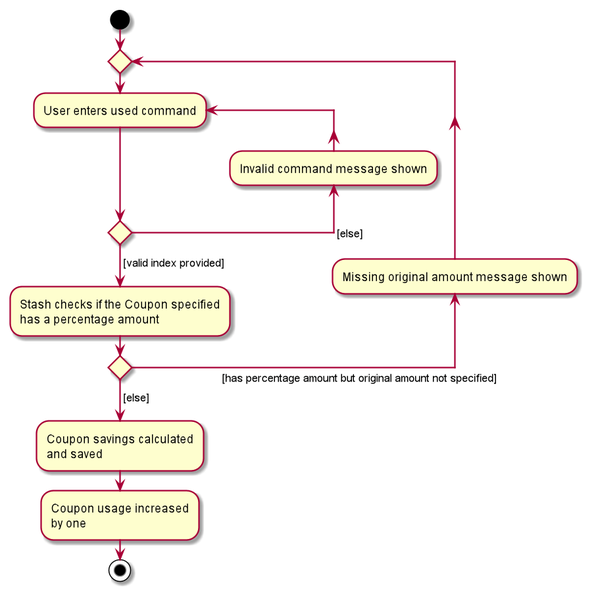
The PlantUML diagram docs/images/UsedCommandActivityDiagram.png in nus-cs2103-AY1920S2/addressbook-level3, before a commit. Its source is kept beside it as docs/diagrams/UsedCommandActivityDiagram.puml. Its diagram source:
```plantuml
@startuml

start
repeat
    repeat: User enters used command;
        backward :Invalid index message shown;
        repeat while () ->[else]
        ->[valid index provided];
    :Stash checks if the Coupon specified
    has a percentage amount;
backward: Missing original amount message shown;
repeat while () ->[has percentage amount \
but original amount not specified]
->[else];
:Coupon savings calculated
and saved;
:Coupon usage increased
by one;
stop

@enduml
```
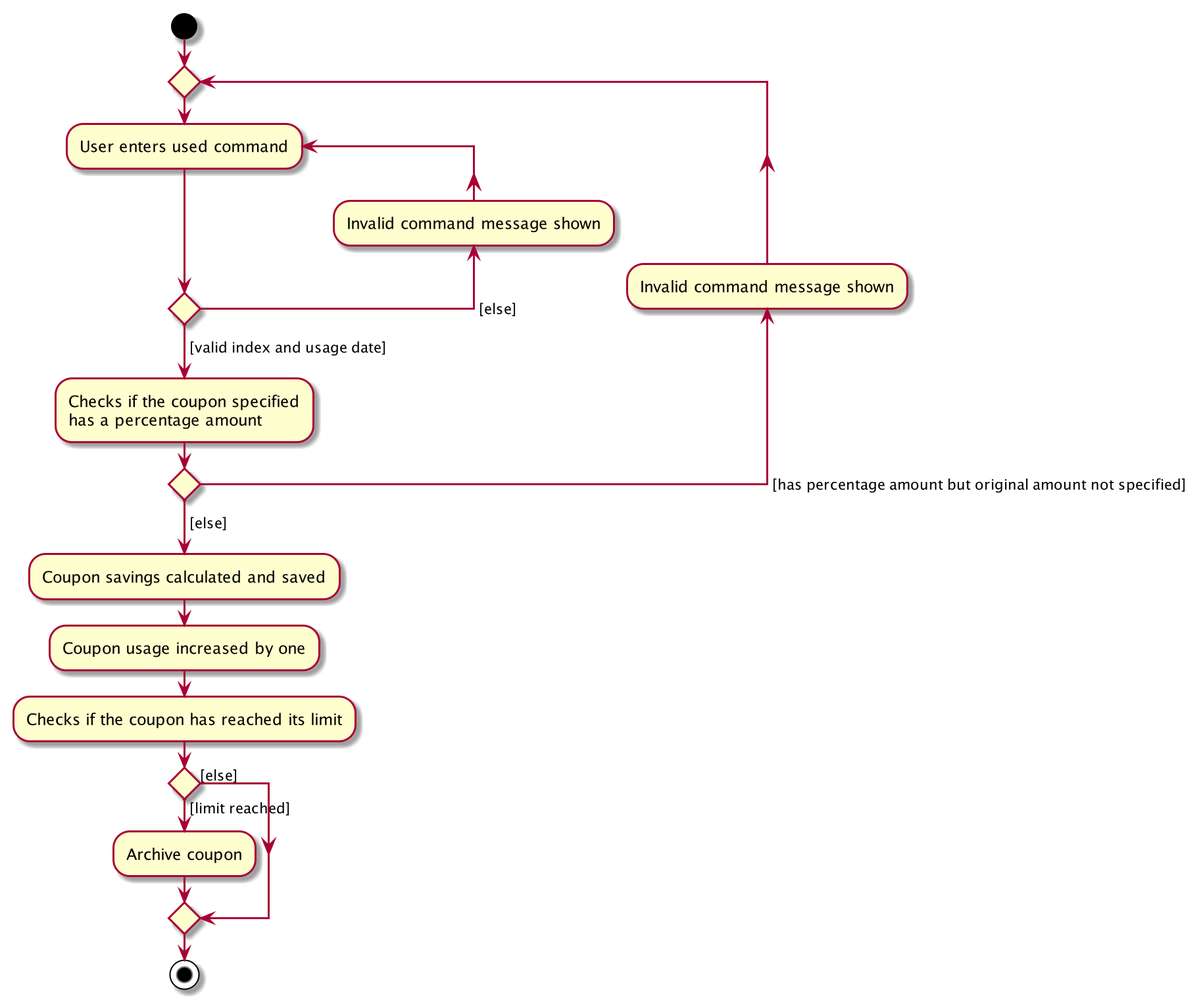
Above is the later version.

The edit, as a diff of the source:
```diff
@@ -2,20 +2,23 @@
 
 start
 repeat
-    repeat: User enters used command;
-        backward :Invalid index message shown;
-        repeat while () ->[else]
-        ->[valid index provided];
-    :Stash checks if the Coupon specified
+    repeat :User enters used command;
+    backward :Invalid command message shown;
+    repeat while () ->[else]
+    ->[valid index and usage date];
+    :Checks if the coupon specified
     has a percentage amount;
-backward: Missing original amount message shown;
-repeat while () ->[has percentage amount \
-but original amount not specified]
+backward :Invalid command message shown;
+repeat while () ->[has percentage amount but original amount not specified]
 ->[else];
-:Coupon savings calculated
-and saved;
-:Coupon usage increased
-by one;
+:Coupon savings calculated and saved;
+:Coupon usage increased by one;
+:Checks if the coupon has reached its limit;
+
+if () then ([limit reached])
+    :Archive coupon;
+else ([else])
+endif
 stop
 
 @enduml
```
